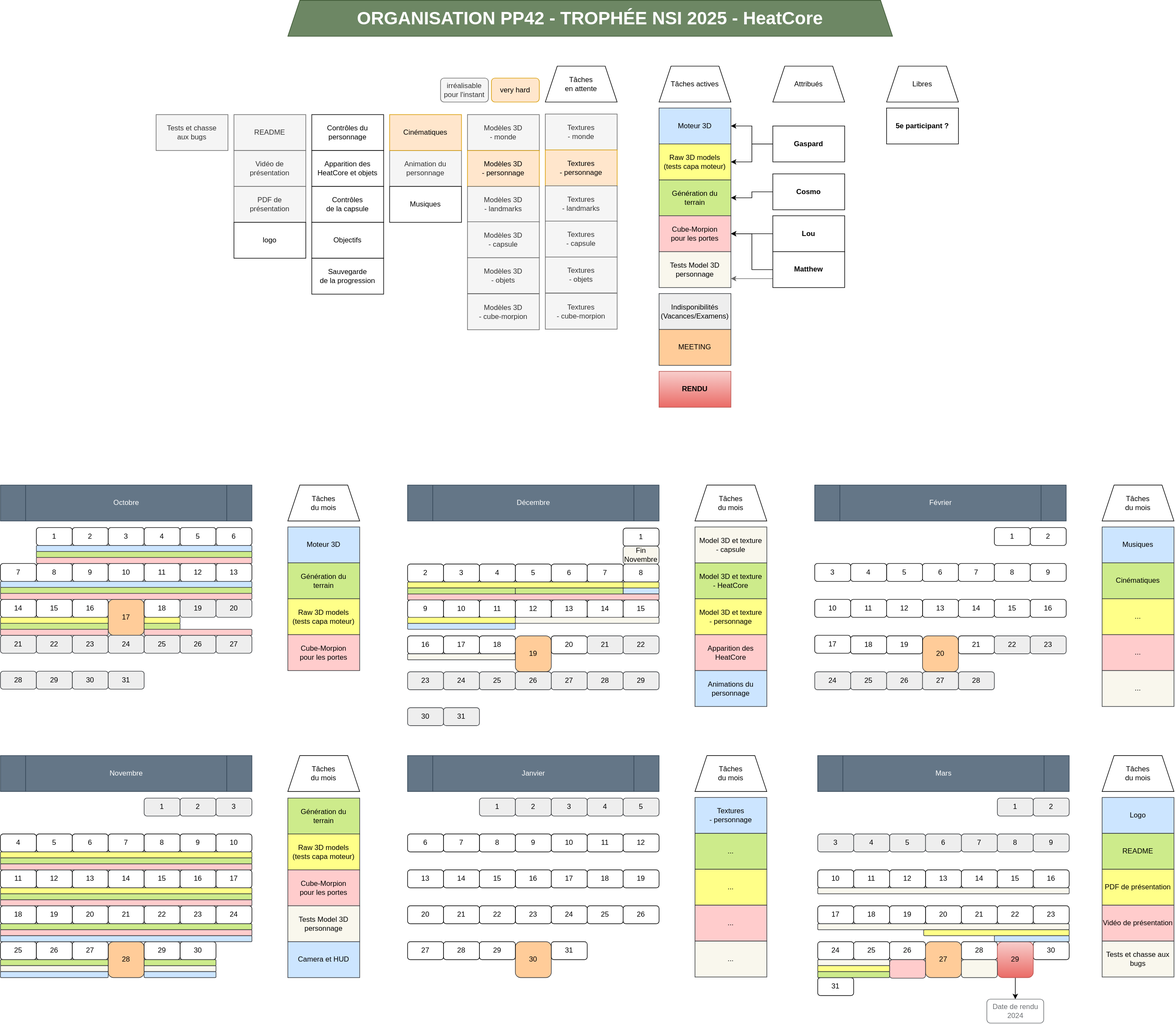
This is EDT_HeatCore.drawio.svg from Scrollwarden/heatcore-project, a draw.io export, as it was before one commit. Source tidied: cells renumbered, new cells last; positions are measured from the earlier drawing's top-left corner, leaving out a move shared by most shapes.
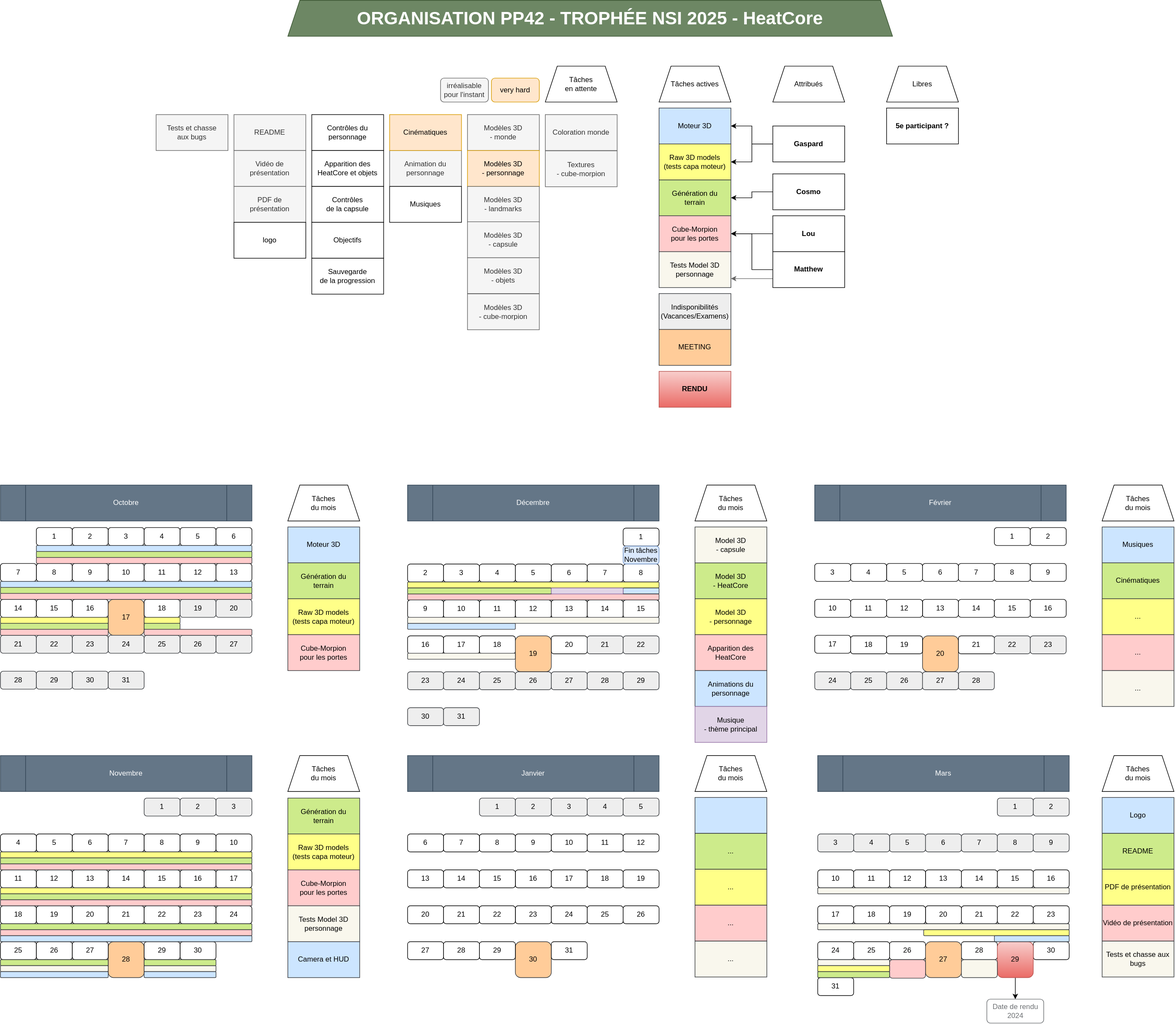
After the change.

The edit, as a diff of the source:
```diff
@@ -641,27 +641,15 @@
     <mxCell id="214" value="&lt;div&gt;Tests et chasse&lt;/div&gt;&lt;div&gt;aux bugs&lt;br&gt;&lt;/div&gt;" style="rounded=0;whiteSpace=wrap;html=1;fillColor=#f5f5f5;fontColor=#333333;strokeColor=#666666;" parent="1" vertex="1">
       <mxGeometry x="260" y="191" width="120" height="60" as="geometry" />
     </mxCell>
-    <mxCell id="215" value="&lt;div&gt;Textures&lt;/div&gt;- monde" style="rounded=0;whiteSpace=wrap;html=1;fillColor=#f5f5f5;fontColor=#333333;strokeColor=#666666;" parent="1" vertex="1">
-      <mxGeometry x="910" y="190" width="120" height="60" as="geometry" />
-    </mxCell>
     <mxCell id="216" value="&lt;div&gt;Animation du&lt;/div&gt;&lt;div&gt;personnage&lt;br&gt;&lt;/div&gt;" style="rounded=0;whiteSpace=wrap;html=1;fillColor=#f5f5f5;fontColor=#333333;strokeColor=#666666;" parent="1" vertex="1">
       <mxGeometry x="650" y="251" width="120" height="60" as="geometry" />
     </mxCell>
     <mxCell id="217" value="Cinématiques" style="rounded=0;whiteSpace=wrap;html=1;fillColor=#ffe6cc;strokeColor=#d79b00;" parent="1" vertex="1">
       <mxGeometry x="650" y="191" width="120" height="60" as="geometry" />
     </mxCell>
-    <mxCell id="218" value="&lt;div&gt;Textures&lt;/div&gt;- personnage" style="rounded=0;whiteSpace=wrap;html=1;fillColor=#ffe6cc;strokeColor=#d79b00;" parent="1" vertex="1">
-      <mxGeometry x="910" y="250" width="120" height="60" as="geometry" />
-    </mxCell>
-    <mxCell id="219" value="&lt;div&gt;Textures&lt;/div&gt;- objets" style="rounded=0;whiteSpace=wrap;html=1;fillColor=#f5f5f5;fontColor=#333333;strokeColor=#666666;" parent="1" vertex="1">
-      <mxGeometry x="910" y="429" width="120" height="60" as="geometry" />
+    <mxCell id="219" value="Coloration monde" style="rounded=0;whiteSpace=wrap;html=1;fillColor=#f5f5f5;fontColor=#333333;strokeColor=#666666;" parent="1" vertex="1">
+      <mxGeometry x="910" y="191" width="120" height="60" as="geometry" />
     </mxCell>
-    <mxCell id="220" value="&lt;div&gt;Textures&lt;/div&gt;- landmarks" style="rounded=0;whiteSpace=wrap;html=1;fillColor=#f5f5f5;fontColor=#333333;strokeColor=#666666;" parent="1" vertex="1">
-      <mxGeometry x="910" y="310" width="120" height="60" as="geometry" />
-    </mxCell>
-    <mxCell id="221" value="&lt;div&gt;Textures&lt;/div&gt;- capsule" style="rounded=0;whiteSpace=wrap;html=1;fillColor=#f5f5f5;fontColor=#333333;strokeColor=#666666;" parent="1" vertex="1">
-      <mxGeometry x="910" y="369" width="120" height="60" as="geometry" />
-    </mxCell>
     <mxCell id="222" value="&lt;div&gt;Modèles 3D&lt;br&gt;&lt;/div&gt;- monde" style="rounded=0;whiteSpace=wrap;html=1;fillColor=#f5f5f5;fontColor=#333333;strokeColor=#666666;" parent="1" vertex="1">
       <mxGeometry x="780" y="191" width="120" height="60" as="geometry" />
     </mxCell>
@@ -713,10 +701,10 @@
     <mxCell id="238" value="&lt;div&gt;Tâches&lt;/div&gt;&lt;div&gt;du mois&lt;br&gt;&lt;/div&gt;" style="shape=trapezoid;perimeter=trapezoidPerimeter;whiteSpace=wrap;html=1;fixedSize=1;" parent="1" vertex="1">
       <mxGeometry x="480" y="1262" width="120" height="60" as="geometry" />
     </mxCell>
-    <mxCell id="239" value="&lt;div&gt;Model 3D et texture&lt;br&gt;&lt;/div&gt;&lt;div&gt;- HeatCore&lt;/div&gt;" style="rounded=0;whiteSpace=wrap;html=1;fillColor=#cdeb8b;strokeColor=#36393d;fontStyle=0;" parent="1" vertex="1">
+    <mxCell id="239" value="&lt;div&gt;Model 3D&lt;/div&gt;&lt;div&gt;- HeatCore&lt;br&gt;&lt;/div&gt;" style="rounded=0;whiteSpace=wrap;html=1;fillColor=#cdeb8b;strokeColor=#36393d;fontStyle=0;" parent="1" vertex="1">
       <mxGeometry x="1160" y="940" width="120" height="60" as="geometry" />
     </mxCell>
-    <mxCell id="240" value="&lt;div&gt;Model 3D et texture&lt;br&gt;&lt;/div&gt;&lt;div&gt;- personnage&lt;br&gt;&lt;/div&gt;" style="rounded=0;whiteSpace=wrap;html=1;fillColor=#ffff88;strokeColor=#36393d;fontStyle=0;" parent="1" vertex="1">
+    <mxCell id="240" value="&lt;div&gt;Model 3D&lt;/div&gt;&lt;div&gt;- personnage&lt;/div&gt;" style="rounded=0;whiteSpace=wrap;html=1;fillColor=#ffff88;strokeColor=#36393d;fontStyle=0;" parent="1" vertex="1">
       <mxGeometry x="1160" y="1000" width="120" height="60" as="geometry" />
     </mxCell>
     <mxCell id="241" value="Apparition des HeatCore" style="rounded=0;whiteSpace=wrap;html=1;fillColor=#ffcccc;strokeColor=#36393d;fontStyle=0;" parent="1" vertex="1">
@@ -728,7 +716,7 @@
     <mxCell id="243" value="&lt;div&gt;Tâches&lt;/div&gt;&lt;div&gt;du mois&lt;br&gt;&lt;/div&gt;" style="shape=trapezoid;perimeter=trapezoidPerimeter;whiteSpace=wrap;html=1;fixedSize=1;" parent="1" vertex="1">
       <mxGeometry x="1160" y="810" width="120" height="60" as="geometry" />
     </mxCell>
-    <mxCell id="244" value="&lt;div&gt;Textures&lt;br&gt;&lt;/div&gt;- personnage" style="rounded=0;whiteSpace=wrap;html=1;fillColor=#cce5ff;strokeColor=#36393d;fontStyle=0;" parent="1" vertex="1">
+    <mxCell id="244" style="rounded=0;whiteSpace=wrap;html=1;fillColor=#cce5ff;strokeColor=#36393d;fontStyle=0;" parent="1" vertex="1">
       <mxGeometry x="1160" y="1332" width="120" height="60" as="geometry" />
     </mxCell>
     <mxCell id="245" value="..." style="rounded=0;whiteSpace=wrap;html=1;fillColor=#cdeb8b;strokeColor=#36393d;fontStyle=0;" parent="1" vertex="1">
@@ -836,8 +824,8 @@
     <mxCell id="279" value="Objectifs" style="rounded=0;whiteSpace=wrap;html=1;" parent="1" vertex="1">
       <mxGeometry x="520" y="371" width="120" height="60" as="geometry" />
     </mxCell>
-    <mxCell id="280" value="&lt;div&gt;Textures&lt;/div&gt;- cube-morpion" style="rounded=0;whiteSpace=wrap;html=1;fillColor=#f5f5f5;fontColor=#333333;strokeColor=#666666;" parent="1" vertex="1">
-      <mxGeometry x="910" y="489.5" width="120" height="60" as="geometry" />
+    <mxCell id="280" value="&lt;div&gt;Textures&lt;/div&gt;- cube-morpion" style="rounded=0;whiteSpace=wrap;html=1;fillColor=#f5f5f5;strokeColor=#666666;fontColor=#333333;" parent="1" vertex="1">
+      <mxGeometry x="910" y="251.5" width="120" height="60" as="geometry" />
     </mxCell>
     <mxCell id="281" value="&lt;div&gt;Modèles 3D&lt;br&gt;&lt;/div&gt;- cube-morpion" style="rounded=0;whiteSpace=wrap;html=1;fillColor=#f5f5f5;fontColor=#333333;strokeColor=#666666;" parent="1" vertex="1">
       <mxGeometry x="780" y="490.5" width="120" height="60" as="geometry" />
@@ -884,13 +872,13 @@
     <mxCell id="295" style="rounded=1;whiteSpace=wrap;html=1;fillColor=#f9f7ed;strokeColor=#36393d;" parent="1" vertex="1">
       <mxGeometry y="1613" width="180" height="10" as="geometry" />
     </mxCell>
-    <mxCell id="296" value="Fin Novembre" style="rounded=1;whiteSpace=wrap;html=1;fillColor=#f9f7ed;strokeColor=#36393d;" parent="1" vertex="1">
+    <mxCell id="296" value="&lt;div&gt;Fin tâches&lt;/div&gt;&lt;div&gt;Novembre&lt;br&gt;&lt;/div&gt;" style="rounded=1;whiteSpace=wrap;html=1;fillColor=#dae8fc;strokeColor=#6c8ebf;" parent="1" vertex="1">
       <mxGeometry x="1040" y="912" width="60" height="30" as="geometry" />
     </mxCell>
     <mxCell id="297" style="rounded=1;whiteSpace=wrap;html=1;fillColor=#ffff88;strokeColor=#36393d;" parent="1" vertex="1">
-      <mxGeometry x="680" y="972" width="360" height="10" as="geometry" />
+      <mxGeometry x="680" y="972" width="420" height="10" as="geometry" />
     </mxCell>
-    <mxCell id="298" value="&lt;div&gt;Model 3D et texture&lt;/div&gt;&lt;div&gt;- capsule&lt;br&gt;&lt;/div&gt;" style="rounded=0;whiteSpace=wrap;html=1;fontStyle=0;fillColor=#f9f7ed;strokeColor=#36393d;" parent="1" vertex="1">
+    <mxCell id="298" value="&lt;div&gt;Model 3D&lt;/div&gt;&lt;div&gt;- capsule&lt;br&gt;&lt;/div&gt;" style="rounded=0;whiteSpace=wrap;html=1;fontStyle=0;fillColor=#f9f7ed;strokeColor=#36393d;" parent="1" vertex="1">
       <mxGeometry x="1160" y="880" width="120" height="60" as="geometry" />
     </mxCell>
     <mxCell id="299" value="&lt;div&gt;Tests Model 3D&lt;/div&gt;&lt;div&gt;personnage&lt;br&gt;&lt;/div&gt;" style="rounded=0;whiteSpace=wrap;html=1;fontStyle=0;fillColor=#f9f7ed;strokeColor=#36393d;" parent="1" vertex="1">
@@ -951,25 +939,22 @@
       <mxGeometry x="680" y="992" width="420" height="10" as="geometry" />
     </mxCell>
     <mxCell id="318" style="rounded=1;whiteSpace=wrap;html=1;fillColor=#cdeb8b;strokeColor=#36393d;" parent="1" vertex="1">
-      <mxGeometry x="680" y="982" width="180" height="10" as="geometry" />
+      <mxGeometry x="680" y="982" width="240" height="10" as="geometry" />
     </mxCell>
-    <mxCell id="319" style="rounded=1;whiteSpace=wrap;html=1;fillColor=#ffff88;strokeColor=#36393d;" parent="1" vertex="1">
-      <mxGeometry x="680" y="1031" width="180" height="10" as="geometry" />
-    </mxCell>
-    <mxCell id="320" style="rounded=1;whiteSpace=wrap;html=1;fillColor=#cdeb8b;strokeColor=#36393d;" parent="1" vertex="1">
-      <mxGeometry x="860" y="982" width="180" height="10" as="geometry" />
-    </mxCell>
-    <mxCell id="321" style="rounded=1;whiteSpace=wrap;html=1;fillColor=#ffff88;strokeColor=#36393d;" parent="1" vertex="1">
-      <mxGeometry x="1040" y="972" width="60" height="10" as="geometry" />
-    </mxCell>
-    <mxCell id="322" style="rounded=1;whiteSpace=wrap;html=1;fillColor=#f9f7ed;strokeColor=#36393d;" parent="1" vertex="1">
-      <mxGeometry x="860" y="1031" width="240" height="10" as="geometry" />
-    </mxCell>
-    <mxCell id="323" style="rounded=1;whiteSpace=wrap;html=1;fillColor=#f9f7ed;strokeColor=#36393d;" parent="1" vertex="1">
-      <mxGeometry x="680" y="1092" width="180" height="10" as="geometry" />
-    </mxCell>
     <mxCell id="324" style="rounded=1;whiteSpace=wrap;html=1;fillColor=#f9f7ed;strokeColor=#36393d;" parent="1" vertex="1">
       <mxGeometry x="1605" y="1603" width="60" height="30" as="geometry" />
     </mxCell>
+    <mxCell id="325" style="rounded=1;whiteSpace=wrap;html=1;fillColor=#f9f7ed;strokeColor=#36393d;" parent="1" vertex="1">
+      <mxGeometry x="680" y="1031" width="420" height="10" as="geometry" />
+    </mxCell>
+    <mxCell id="326" style="rounded=1;whiteSpace=wrap;html=1;fillColor=#f9f7ed;strokeColor=#36393d;" parent="1" vertex="1">
+      <mxGeometry x="680" y="1091" width="180" height="10" as="geometry" />
+    </mxCell>
+    <mxCell id="327" value="&lt;div&gt;Musique&lt;/div&gt;&lt;div&gt;- thème principal&lt;br&gt;&lt;/div&gt;" style="rounded=0;whiteSpace=wrap;html=1;fontStyle=0;fillColor=#e1d5e7;strokeColor=#9673a6;" parent="1" vertex="1">
+      <mxGeometry x="1160" y="1180" width="120" height="60" as="geometry" />
+    </mxCell>
+    <mxCell id="328" style="rounded=1;whiteSpace=wrap;html=1;fillColor=#e1d5e7;strokeColor=#9673a6;" parent="1" vertex="1">
+      <mxGeometry x="920" y="982" width="120" height="10" as="geometry" />
+    </mxCell>
   </root>
 </mxGraphModel>
```
